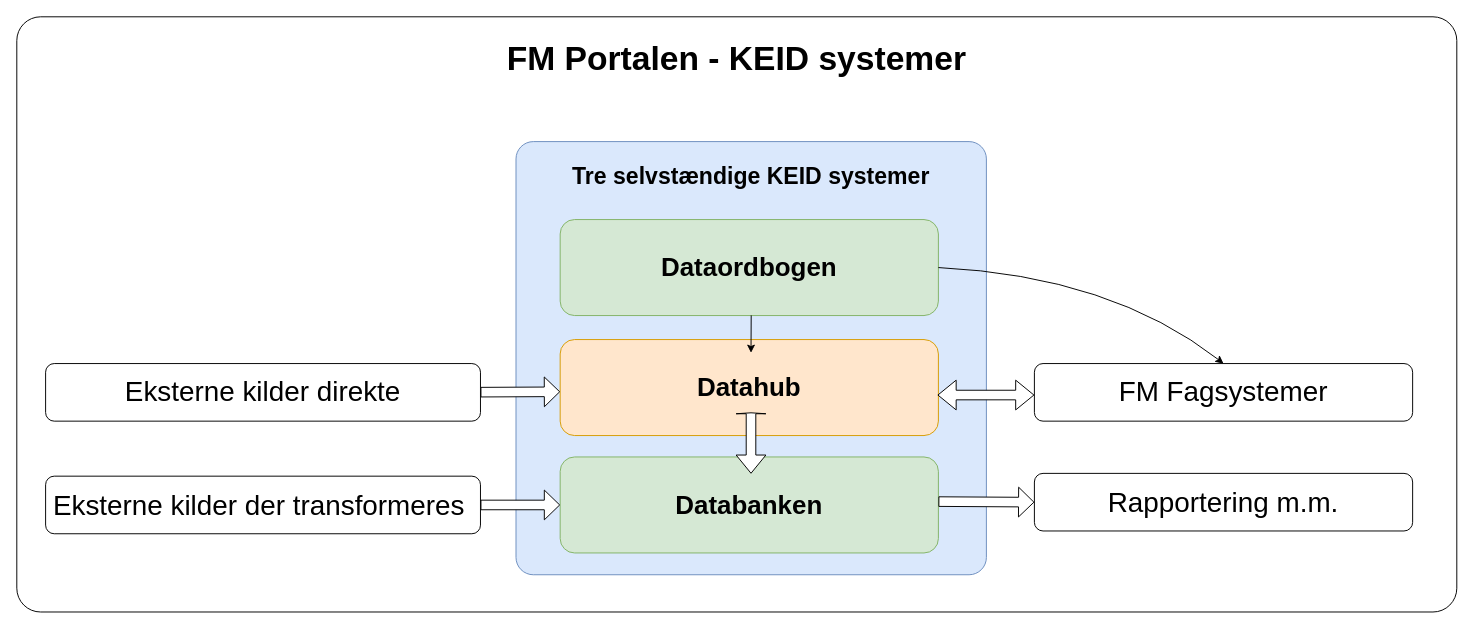
The draw.io diagram SystemOverblik.drawio in FMDatahub/Documentation, before the edit. Source tidied: cells renumbered, new cells numbered last; positions are measured from the earlier drawing's top-left corner, leaving out a move shared by most shapes. Both pictures are drawn from the tidied source at 96%, with x=0, y=0 at pixel (16, 16).
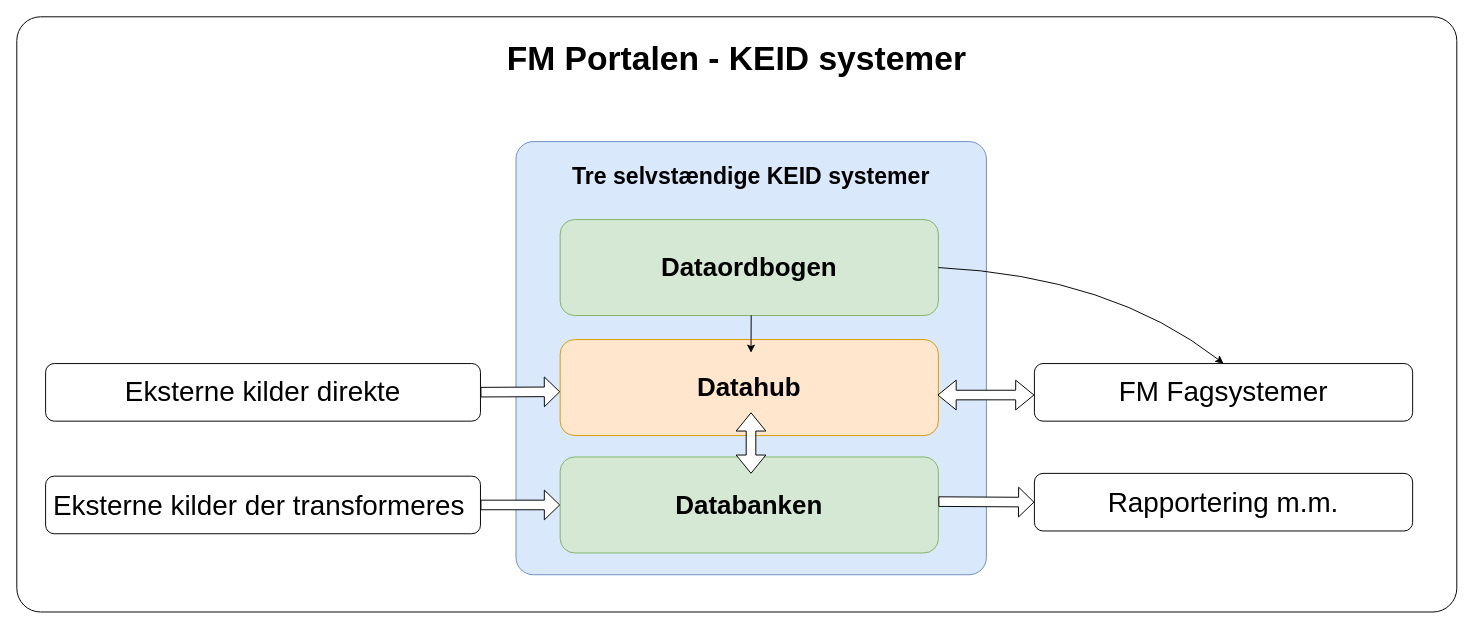
The same diagram, later.

The edit, as a diff of the source:
```diff
@@
-    <mxCell id="7" style="shape=flexArrow;endArrow=classic;startArrow=classic;html=1;gradientColor=none;endSize=0;startSize=6;fillColor=#ffffff;" parent="1" edge="1">
+    <mxCell id="7" style="shape=flexArrow;endArrow=classic;startArrow=classic;html=1;gradientColor=none;endSize=6;startSize=6;fillColor=#ffffff;" parent="1" edge="1">
       <mxGeometry relative="1" as="geometry">
         <mxPoint x="764.8" y="476" as="sourcePoint" />
         <mxPoint x="764.8" y="412" as="targetPoint" />
       </mxGeometry>
     </mxCell>
```
